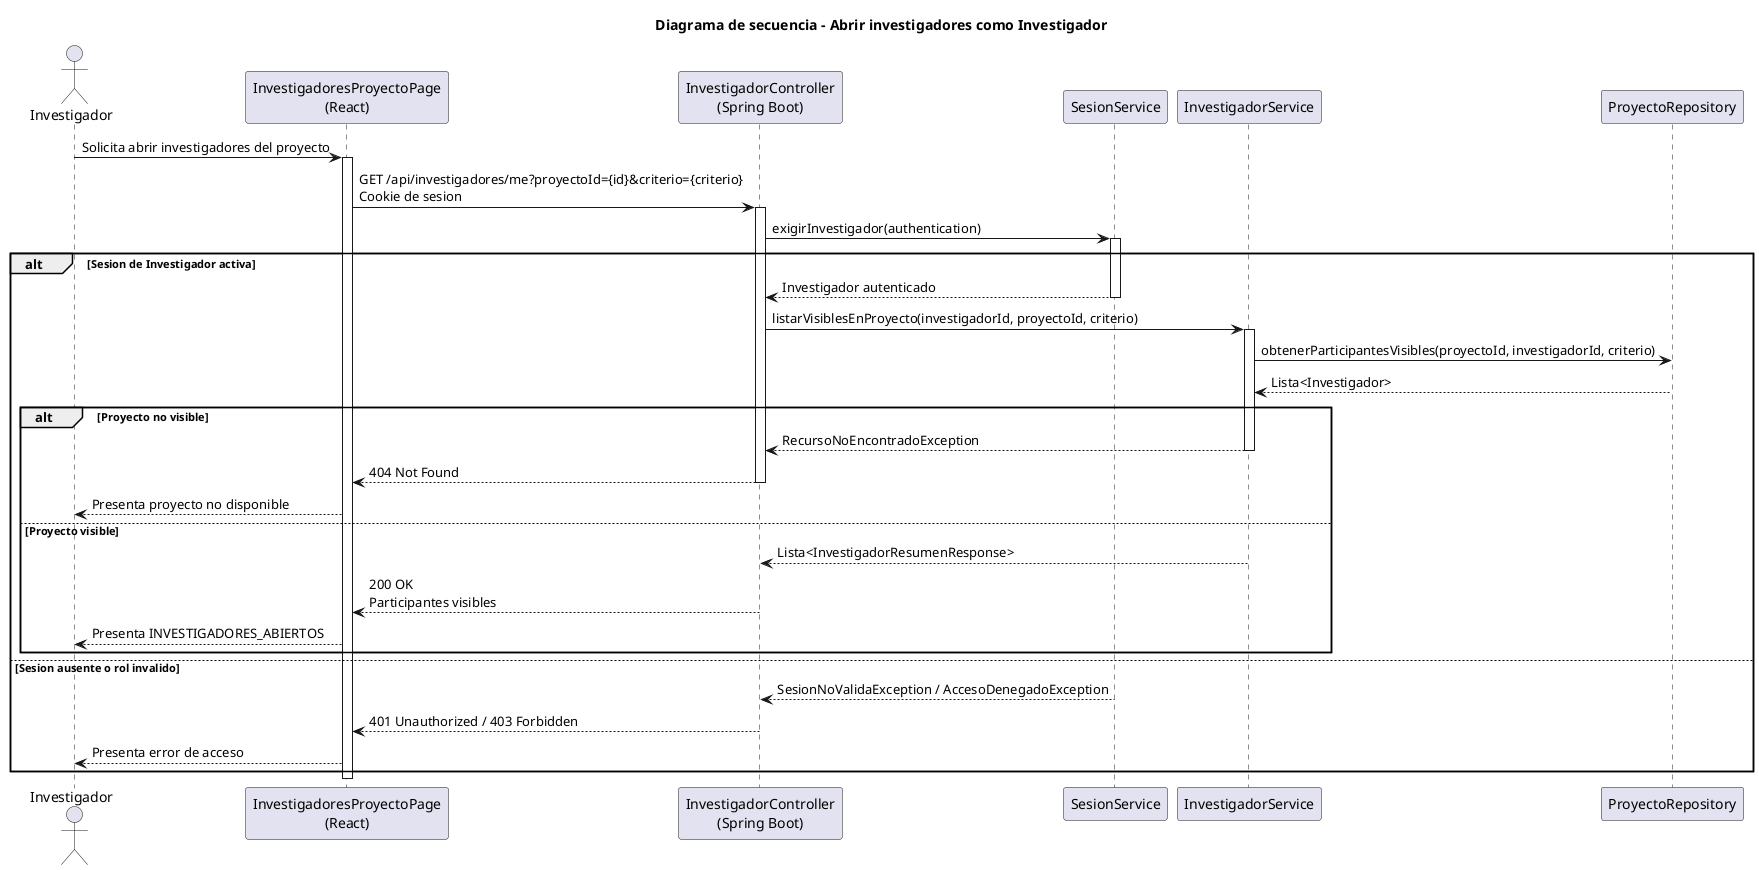
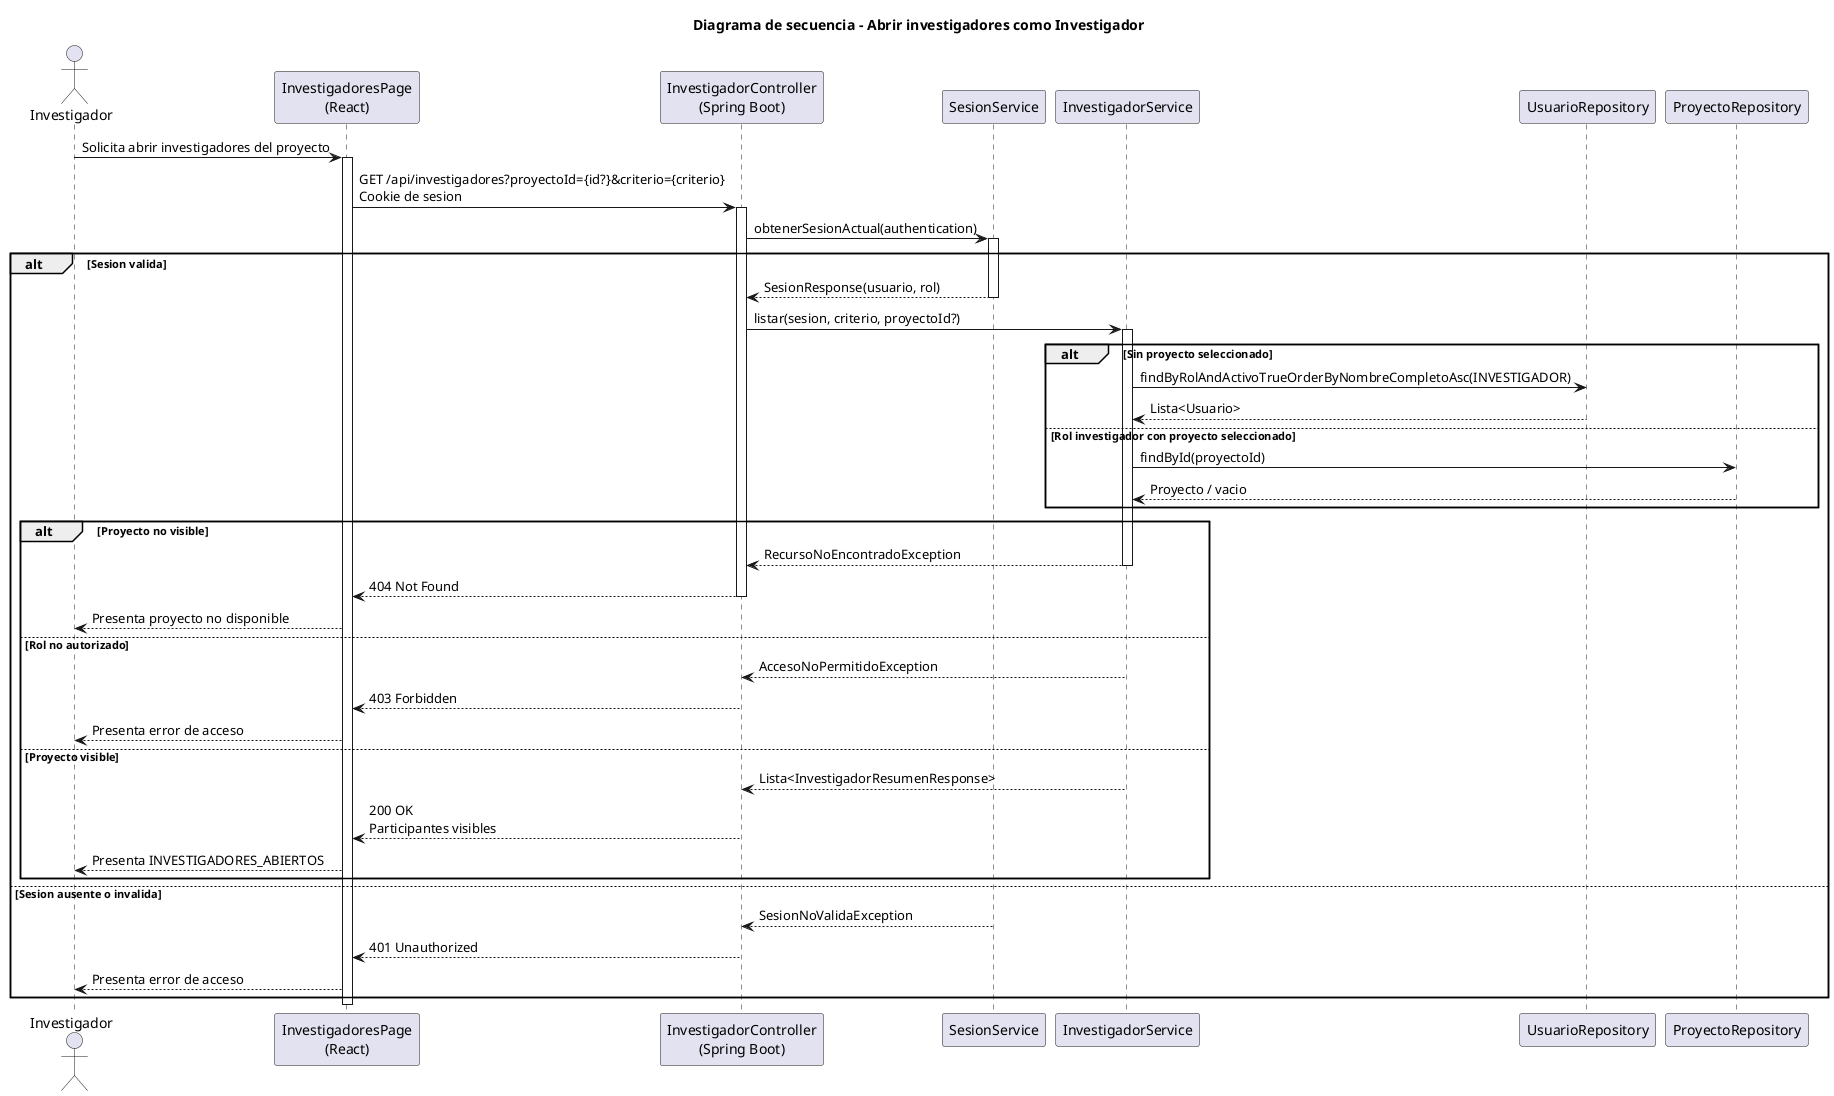
@startuml abrirInvestigadores-investigador-diseno
title Diagrama de secuencia - Abrir investigadores como Investigador

actor Investigador
- participant "InvestigadoresProyectoPage\n(React)" as Frontend
+ participant "InvestigadoresPage\n(React)" as Frontend
participant "InvestigadorController\n(Spring Boot)" as Api
participant "SesionService" as Sesion
participant "InvestigadorService" as Service
+ participant "UsuarioRepository" as UsuarioRepo
participant "ProyectoRepository" as ProyectoRepo

Investigador -> Frontend: Solicita abrir investigadores del proyecto
activate Frontend
- Frontend -> Api: GET /api/investigadores/me?proyectoId={id}&criterio={criterio}\nCookie de sesion
+ Frontend -> Api: GET /api/investigadores?proyectoId={id?}&criterio={criterio}\nCookie de sesion
activate Api
- Api -> Sesion: exigirInvestigador(authentication)
+ Api -> Sesion: obtenerSesionActual(authentication)
activate Sesion
- alt Sesion de Investigador activa
-     Sesion --> Api: Investigador autenticado
+ alt Sesion valida
+     Sesion --> Api: SesionResponse(usuario, rol)
    deactivate Sesion
-     Api -> Service: listarVisiblesEnProyecto(investigadorId, proyectoId, criterio)
+     Api -> Service: listar(sesion, criterio, proyectoId?)
    activate Service
-     Service -> ProyectoRepo: obtenerParticipantesVisibles(proyectoId, investigadorId, criterio)
-     ProyectoRepo --> Service: Lista<Investigador>
+     alt Sin proyecto seleccionado
+         Service -> UsuarioRepo: findByRolAndActivoTrueOrderByNombreCompletoAsc(INVESTIGADOR)
+         UsuarioRepo --> Service: Lista<Usuario>
+     else Rol investigador con proyecto seleccionado
+         Service -> ProyectoRepo: findById(proyectoId)
+         ProyectoRepo --> Service: Proyecto / vacio
+     end
    alt Proyecto no visible
        Service --> Api: RecursoNoEncontradoException
        deactivate Service
        Api --> Frontend: 404 Not Found
        deactivate Api
        Frontend --> Investigador: Presenta proyecto no disponible
+     else Rol no autorizado
+         Service --> Api: AccesoNoPermitidoException
+         deactivate Service
+         Api --> Frontend: 403 Forbidden
+         deactivate Api
+         Frontend --> Investigador: Presenta error de acceso
    else Proyecto visible
        Service --> Api: Lista<InvestigadorResumenResponse>
        deactivate Service
        Api --> Frontend: 200 OK\nParticipantes visibles
        deactivate Api
        Frontend --> Investigador: Presenta INVESTIGADORES_ABIERTOS
    end
- else Sesion ausente o rol invalido
-     Sesion --> Api: SesionNoValidaException / AccesoDenegadoException
+ else Sesion ausente o invalida
+     Sesion --> Api: SesionNoValidaException
    deactivate Sesion
-     Api --> Frontend: 401 Unauthorized / 403 Forbidden
+     Api --> Frontend: 401 Unauthorized
    deactivate Api
    Frontend --> Investigador: Presenta error de acceso
end
deactivate Frontend
@enduml
